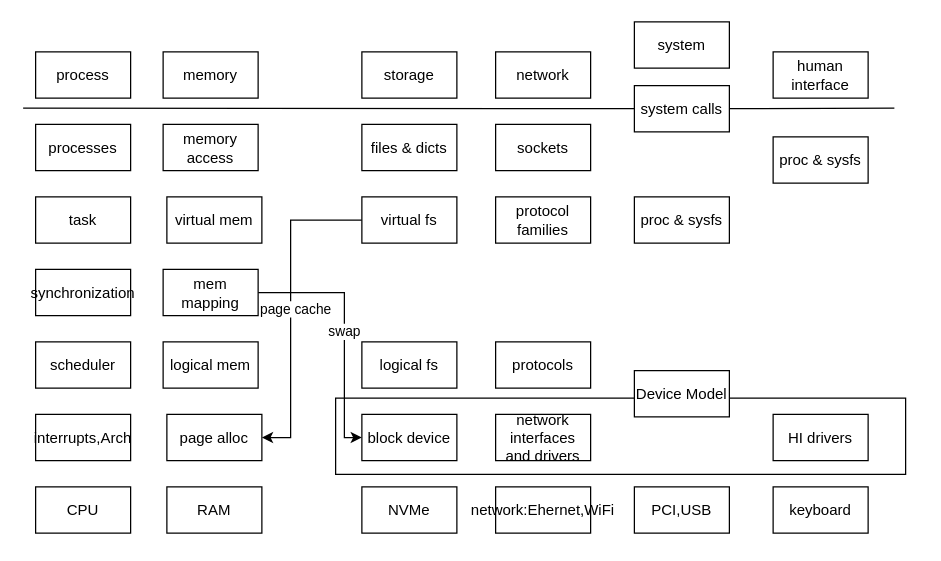
Before: Untitled Diagram.drawio in plotusim/home-, a draw.io diagram. Source tidied: cells renumbered, new cells numbered last; positions are measured from the earlier drawing's top-left corner, leaving out a move shared by most shapes. Both pictures are drawn from the tidied source at 125%, with x=0, y=0 at pixel (22, 21).
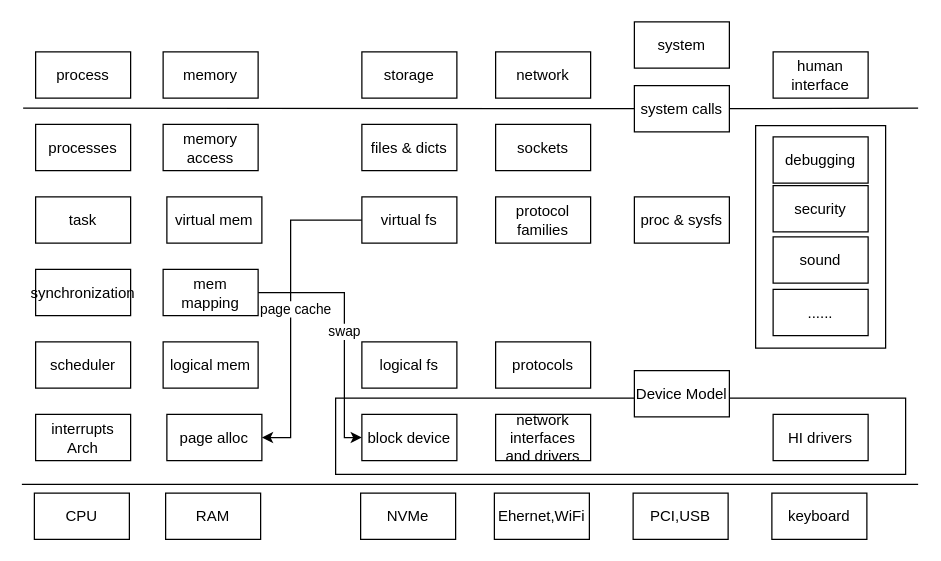
The same page after the edit.

Unchanged cells that the change refers to:
```xml
<mxCell id="37" value="system calls" style="rounded=0;whiteSpace=wrap;html=1;" parent="1" vertex="1">
  <mxGeometry x="489" y="51" width="76" height="37" as="geometry" />
</mxCell>
```

What changed in the source:
```diff
@@
+    <mxCell id="44" style="rounded=0;whiteSpace=wrap;html=1;" parent="1" vertex="1">
+      <mxGeometry x="586" y="83" width="104" height="178" as="geometry" />
+    </mxCell>
@@
-    <mxCell id="13" value="interrupts,Arch" style="rounded=0;whiteSpace=wrap;html=1;" parent="1" vertex="1">
+    <mxCell id="13" value="interrupts&lt;div&gt;Arch&lt;/div&gt;" style="rounded=0;whiteSpace=wrap;html=1;" parent="1" vertex="1">
       <mxGeometry x="10" y="314" width="76" height="37" as="geometry" />
     </mxCell>
     <mxCell id="14" value="CPU" style="rounded=0;whiteSpace=wrap;html=1;" parent="1" vertex="1">
-      <mxGeometry x="10" y="372" width="76" height="37" as="geometry" />
+      <mxGeometry x="9" y="377" width="76" height="37" as="geometry" />
     </mxCell>
@@
     <mxCell id="26" value="RAM" style="rounded=0;whiteSpace=wrap;html=1;" parent="1" vertex="1">
-      <mxGeometry x="115" y="372" width="76" height="37" as="geometry" />
+      <mxGeometry x="114" y="377" width="76" height="37" as="geometry" />
     </mxCell>
@@
     <mxCell id="29" value="NVMe" style="rounded=0;whiteSpace=wrap;html=1;" parent="1" vertex="1">
-      <mxGeometry x="271" y="372" width="76" height="37" as="geometry" />
+      <mxGeometry x="270" y="377" width="76" height="37" as="geometry" />
     </mxCell>
@@
-    <mxCell id="34" value="network:Ehernet,WiFi" style="rounded=0;whiteSpace=wrap;html=1;" parent="1" vertex="1">
-      <mxGeometry x="378" y="372" width="76" height="37" as="geometry" />
+    <mxCell id="34" value="Ehernet,WiFi" style="rounded=0;whiteSpace=wrap;html=1;" parent="1" vertex="1">
+      <mxGeometry x="377" y="377" width="76" height="37" as="geometry" />
     </mxCell>
     <mxCell id="35" style="endArrow=none;html=1;rounded=0;" parent="1" edge="1" source="37">
       <mxGeometry relative="1" as="geometry">
-        <mxPoint x="697" y="69" as="targetPoint" />
+        <mxPoint x="716" y="69" as="targetPoint" />
       </mxGeometry>
     </mxCell>
@@
     <mxCell id="41" value="PCI,USB" style="rounded=0;whiteSpace=wrap;html=1;" parent="1" vertex="1">
-      <mxGeometry x="489" y="372" width="76" height="37" as="geometry" />
+      <mxGeometry x="488" y="377" width="76" height="37" as="geometry" />
     </mxCell>
     <mxCell id="42" value="keyboard" style="rounded=0;whiteSpace=wrap;html=1;" parent="1" vertex="1">
-      <mxGeometry x="600" y="372" width="76" height="37" as="geometry" />
+      <mxGeometry x="599" y="377" width="76" height="37" as="geometry" />
     </mxCell>
-    <mxCell id="43" value="proc &amp;amp; sysfs" style="rounded=0;whiteSpace=wrap;html=1;" parent="1" vertex="1">
+    <mxCell id="43" value="debugging" style="rounded=0;whiteSpace=wrap;html=1;" parent="1" vertex="1">
       <mxGeometry x="600" y="92" width="76" height="37" as="geometry" />
     </mxCell>
+    <mxCell id="45" value="security" style="rounded=0;whiteSpace=wrap;html=1;" parent="1" vertex="1">
+      <mxGeometry x="600" y="131" width="76" height="37" as="geometry" />
+    </mxCell>
+    <mxCell id="46" value="sound" style="rounded=0;whiteSpace=wrap;html=1;" parent="1" vertex="1">
+      <mxGeometry x="600" y="172" width="76" height="37" as="geometry" />
+    </mxCell>
+    <mxCell id="47" style="endArrow=none;html=1;rounded=0;" parent="1" edge="1">
+      <mxGeometry relative="1" as="geometry">
+        <mxPoint x="-1" y="370" as="sourcePoint" />
+        <mxPoint x="716" y="370" as="targetPoint" />
+      </mxGeometry>
+    </mxCell>
+    <mxCell id="48" value="......" style="rounded=0;whiteSpace=wrap;html=1;" parent="1" vertex="1">
+      <mxGeometry x="600" y="214" width="76" height="37" as="geometry" />
+    </mxCell>
```
